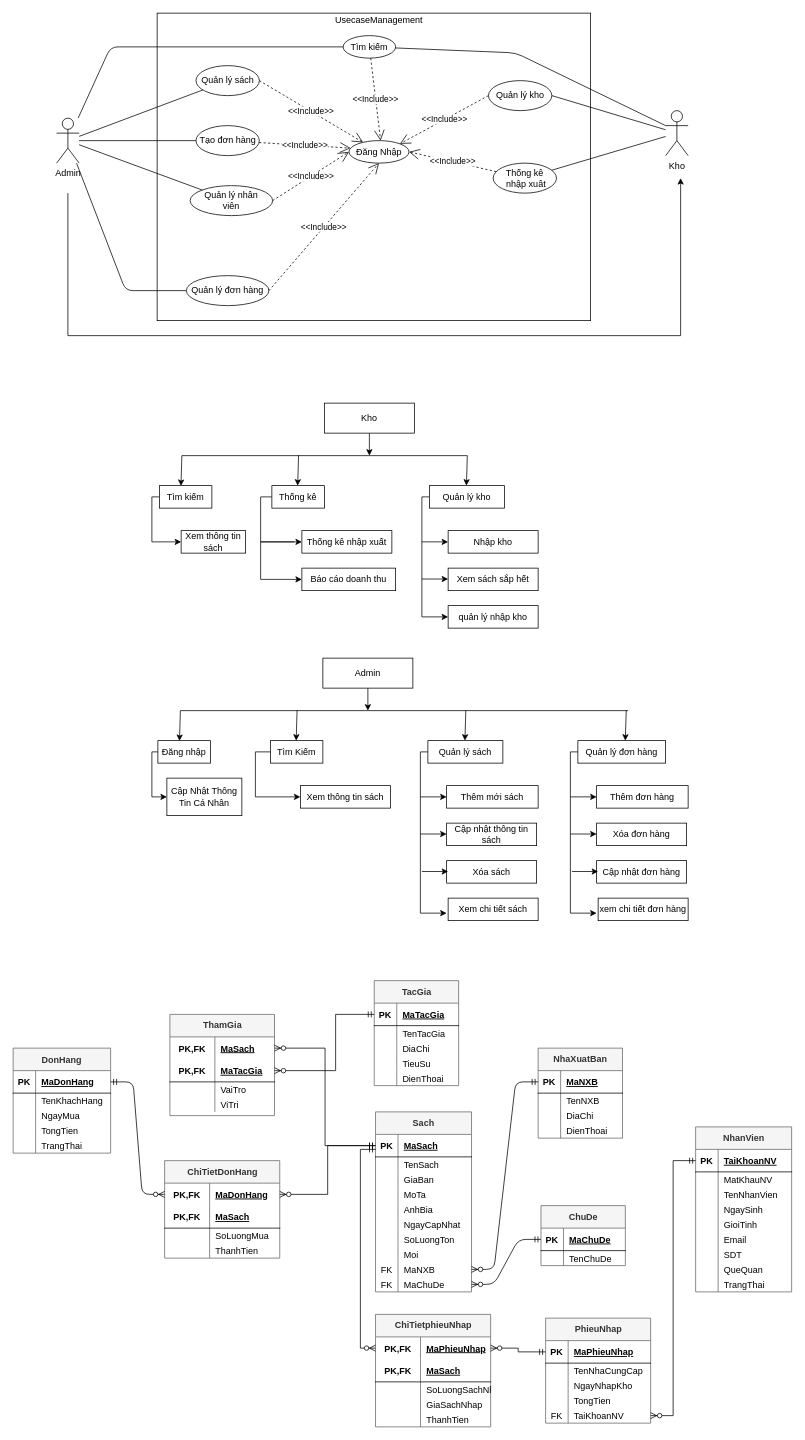
Before: Other/Diagram/SoDoERD.drawio in phanvandinh99/ManagementBookstote_Java, a draw.io diagram. Source tidied: cells renumbered, new cells numbered last; positions are measured from the earlier drawing's top-left corner, leaving out a move shared by most shapes. Both pictures are drawn from the tidied source at 75%, with x=0, y=0 at pixel (13, 13).
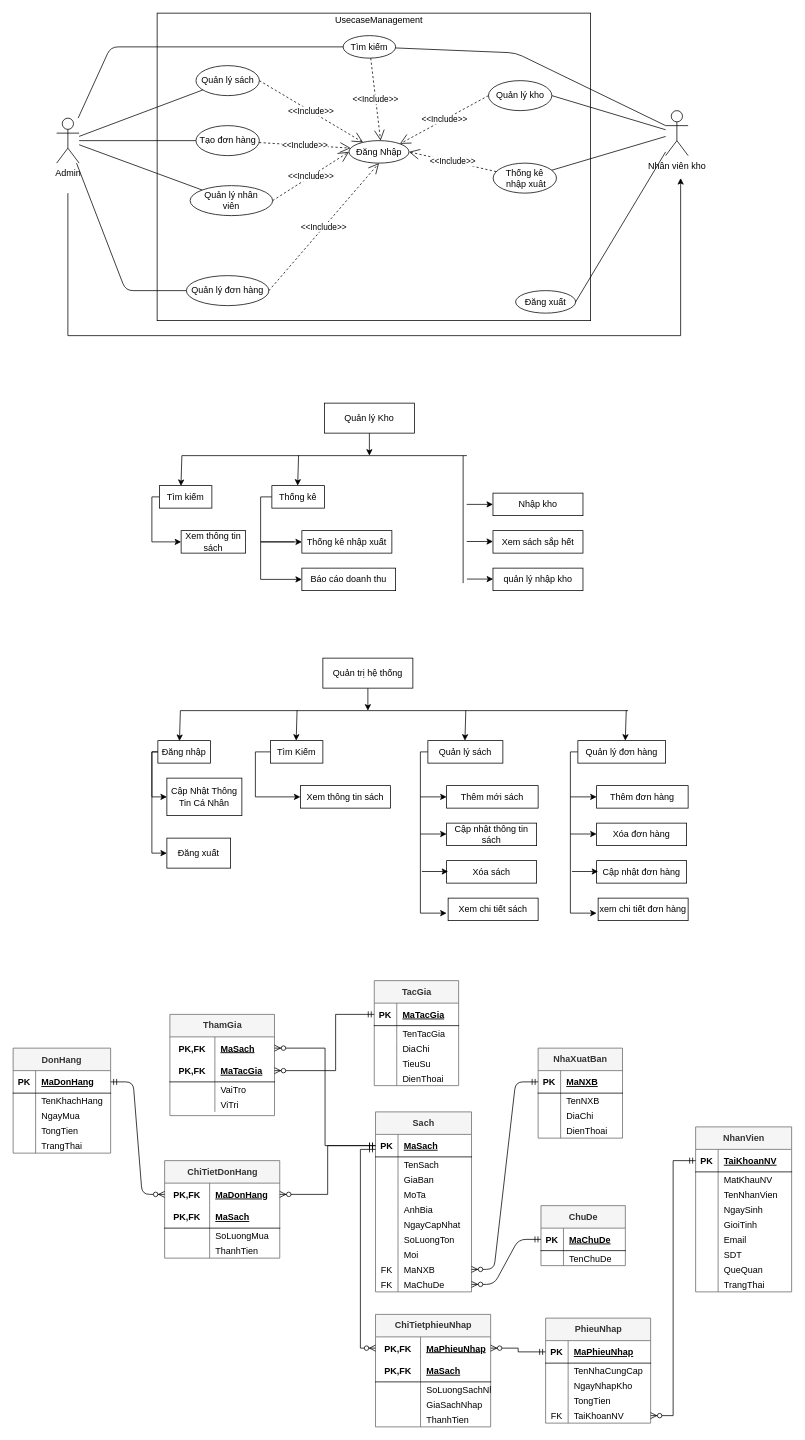
Above is the later version.

Unchanged cells that the change refers to:
```xml
<mxCell id="248" value="Đăng nhập" style="rounded=0;whiteSpace=wrap;html=1;" parent="1" vertex="1">
  <mxGeometry x="193" y="970" width="70" height="30" as="geometry" />
</mxCell>
```

Change to the diagram source:
```diff
@@
-    <mxCell id="183" value="Kho" style="shape=umlActor;verticalLabelPosition=bottom;verticalAlign=top;html=1;outlineConnect=0;" parent="1" vertex="1">
+    <mxCell id="183" value="Nhân viên kho" style="shape=umlActor;verticalLabelPosition=bottom;verticalAlign=top;html=1;outlineConnect=0;" parent="1" vertex="1">
       <mxGeometry x="870" y="130" width="30" height="60" as="geometry" />
     </mxCell>
@@
-    <mxCell id="209" value="Kho" style="rounded=0;whiteSpace=wrap;html=1;" parent="1" vertex="1">
+    <mxCell id="209" value="Quản lý Kho" style="rounded=0;whiteSpace=wrap;html=1;" parent="1" vertex="1">
       <mxGeometry x="415" y="520" width="120" height="40" as="geometry" />
     </mxCell>
@@
-    <mxCell id="215" style="edgeStyle=orthogonalEdgeStyle;rounded=0;jettySize=auto;html=1;entryX=0;entryY=0.5;entryDx=0;entryDy=0;" parent="1" edge="1" source="216" target="219">
-      <mxGeometry relative="1" as="geometry">
-        <Array as="points">
-          <mxPoint x="545" y="645" />
-          <mxPoint x="545" y="805" />
-        </Array>
-      </mxGeometry>
-    </mxCell>
-    <mxCell id="216" value="Quản lý kho" style="rounded=0;whiteSpace=wrap;html=1;" parent="1" vertex="1">
-      <mxGeometry x="555" y="630" width="100" height="30" as="geometry" />
-    </mxCell>
     <mxCell id="217" value="Nhập kho" style="rounded=0;whiteSpace=wrap;html=1;" parent="1" vertex="1">
-      <mxGeometry x="580" y="690" width="120" height="30" as="geometry" />
+      <mxGeometry x="639.8" y="640" width="120" height="30" as="geometry" />
     </mxCell>
     <mxCell id="218" value="Xem sách sắp hết" style="rounded=0;whiteSpace=wrap;html=1;" parent="1" vertex="1">
-      <mxGeometry x="580" y="740" width="120" height="30" as="geometry" />
+      <mxGeometry x="639.8" y="690" width="120" height="30" as="geometry" />
     </mxCell>
     <mxCell id="219" value="quản lý nhập kho" style="rounded=0;whiteSpace=wrap;html=1;" parent="1" vertex="1">
-      <mxGeometry x="580" y="790" width="120" height="30" as="geometry" />
+      <mxGeometry x="639.8" y="740" width="120" height="30" as="geometry" />
     </mxCell>
@@
-    <mxCell id="225" style="endArrow=classic;html=1;entryX=0.411;entryY=0.013;entryDx=0;entryDy=0;entryPerimeter=0;" parent="1" edge="1">
-      <mxGeometry relative="1" as="geometry">
-        <mxPoint x="605.6" y="589.6" as="sourcePoint" />
-        <mxPoint x="604.4" y="630" as="targetPoint" />
-      </mxGeometry>
-    </mxCell>
     <mxCell id="226" style="endArrow=classic;html=1;entryX=0;entryY=0.5;entryDx=0;entryDy=0;" parent="1" edge="1" target="217">
       <mxGeometry relative="1" as="geometry">
-        <mxPoint x="545" y="705" as="sourcePoint" />
+        <mxPoint x="604.8" y="655" as="sourcePoint" />
       </mxGeometry>
     </mxCell>
     <mxCell id="227" style="endArrow=classic;html=1;entryX=0;entryY=0.5;entryDx=0;entryDy=0;" parent="1" edge="1">
       <mxGeometry relative="1" as="geometry">
-        <mxPoint x="545" y="754.5" as="sourcePoint" />
-        <mxPoint x="580" y="754.5" as="targetPoint" />
+        <mxPoint x="604.8" y="704.5" as="sourcePoint" />
+        <mxPoint x="639.8" y="704.5" as="targetPoint" />
       </mxGeometry>
     </mxCell>
@@
-    <mxCell id="229" value="Admin" style="rounded=0;whiteSpace=wrap;html=1;" parent="1" vertex="1">
+    <mxCell id="229" value="Quản trị hệ thống" style="rounded=0;whiteSpace=wrap;html=1;" parent="1" vertex="1">
       <mxGeometry x="413" y="860" width="120" height="40" as="geometry" />
     </mxCell>
@@
+    <mxCell id="260" style="edgeStyle=orthogonalEdgeStyle;rounded=0;jettySize=auto;html=1;entryX=0;entryY=0.5;entryDx=0;entryDy=0;" parent="1" edge="1" source="248" target="265">
+      <mxGeometry relative="1" as="geometry">
+        <Array as="points">
+          <mxPoint x="185" y="985" />
+          <mxPoint x="185" y="1120" />
+        </Array>
+      </mxGeometry>
+    </mxCell>
@@
+    <mxCell id="261" value="Đăng xuất" style="ellipse;whiteSpace=wrap;html=1;" parent="1" vertex="1">
+      <mxGeometry x="670" y="370" width="80" height="30" as="geometry" />
+    </mxCell>
+    <mxCell id="262" style="endArrow=none;html=1;exitX=1;exitY=0.5;exitDx=0;exitDy=0;" parent="1" edge="1" source="261" target="183">
+      <mxGeometry relative="1" as="geometry" />
+    </mxCell>
+    <mxCell id="263" style="endArrow=none;html=1;" parent="1" edge="1">
+      <mxGeometry relative="1" as="geometry">
+        <mxPoint x="600" y="760" as="sourcePoint" />
+        <mxPoint x="600" y="590" as="targetPoint" />
+      </mxGeometry>
+    </mxCell>
+    <mxCell id="264" style="endArrow=classic;html=1;entryX=0;entryY=0.5;entryDx=0;entryDy=0;" parent="1" edge="1">
+      <mxGeometry relative="1" as="geometry">
+        <mxPoint x="605" y="754.6" as="sourcePoint" />
+        <mxPoint x="640" y="754.6" as="targetPoint" />
+      </mxGeometry>
+    </mxCell>
+    <mxCell id="265" value="Đăng xuất" style="rounded=0;whiteSpace=wrap;html=1;" parent="1" vertex="1">
+      <mxGeometry x="205" y="1100" width="85" height="40" as="geometry" />
+    </mxCell>
```
